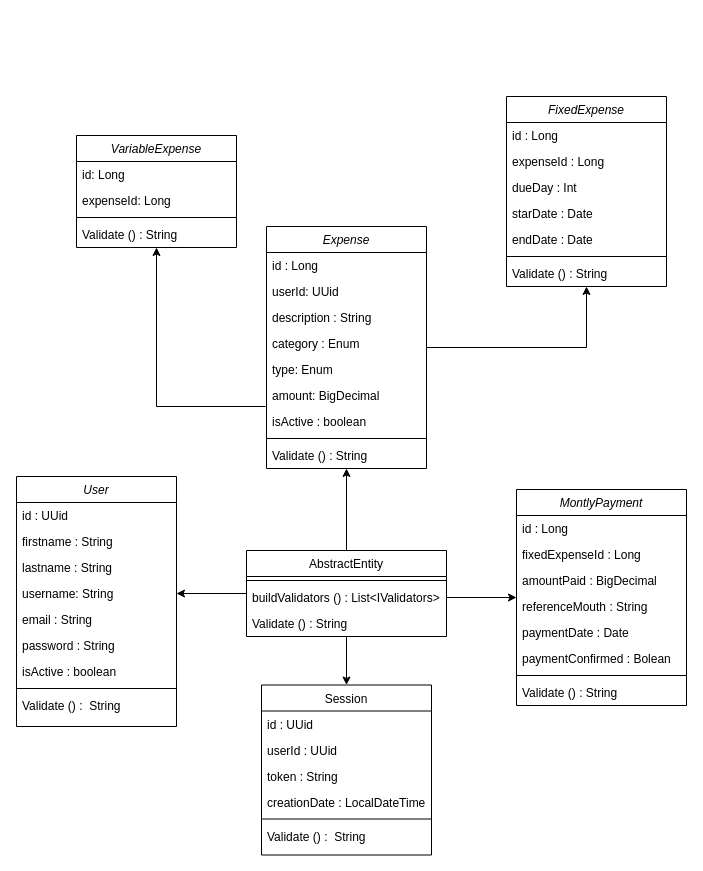
Earlier version of the draw.io diagram _docs/Class Diagram.drawio (gervasioartur/walletwise-clean-graphql-api). Source tidied: cells renumbered, new cells numbered last; positions are measured from the earlier drawing's top-left corner, leaving out a move shared by most shapes. Both pictures are drawn from the tidied source at 100%, with x=0, y=0 at pixel (16, 96).
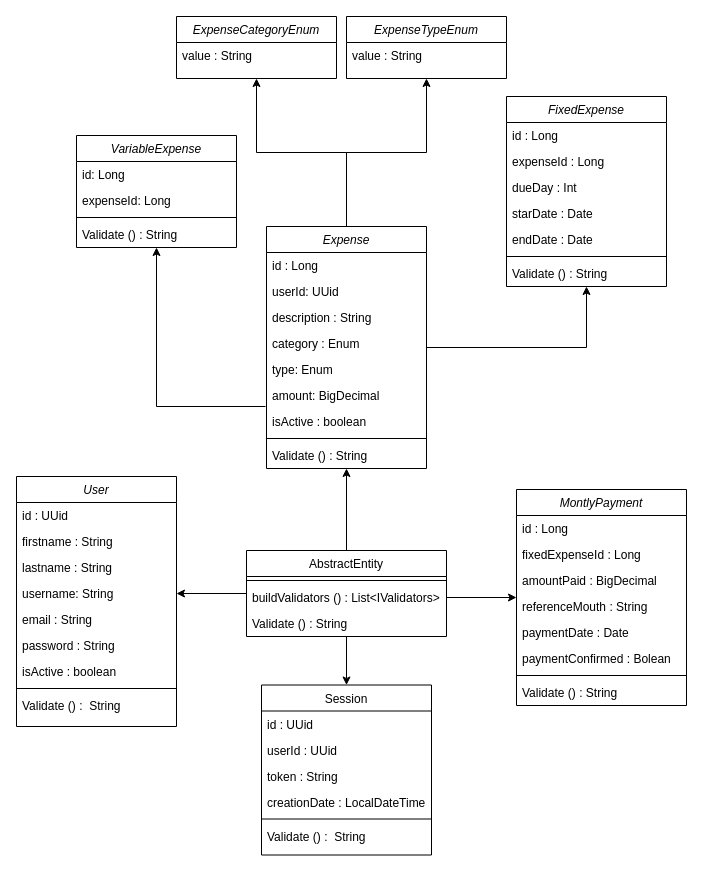
Above is the later version.

Commit message (it also covers changes not shown here):
docs: ad expenses to diagrams and bdd documentation

The change refers to these unchanged cells:
```xml
<mxCell id="27" value="Expense" style="swimlane;fontStyle=2;align=center;verticalAlign=top;horizontal=1;startSize=26;rounded=0;shadow=0;strokeWidth=1;" parent="1" vertex="1">
  <mxGeometry x="250" y="130" width="160" height="242" as="geometry" />
</mxCell>
```

Diff of the diagram source:
```diff
@@
+    <mxCell id="61" style="edgeStyle=orthogonalEdgeStyle;rounded=0;jettySize=auto;html=1;" parent="1" edge="1" source="27" target="62">
+      <mxGeometry relative="1" as="geometry" />
+    </mxCell>
@@
+    <mxCell id="62" value="ExpenseCategoryEnum" style="swimlane;fontStyle=2;align=center;verticalAlign=top;horizontal=1;startSize=26;rounded=0;shadow=0;strokeWidth=1;" parent="1" vertex="1">
+      <mxGeometry x="160" y="-80" width="160" height="62" as="geometry" />
+    </mxCell>
+    <mxCell id="63" value="value : String" style="text;align=left;verticalAlign=top;spacingLeft=4;spacingRight=4;overflow=hidden;rounded=0;shadow=0;html=0;" parent="62" vertex="1">
+      <mxGeometry y="26" width="160" height="26" as="geometry" />
+    </mxCell>
+    <mxCell id="64" value="ExpenseTypeEnum" style="swimlane;fontStyle=2;align=center;verticalAlign=top;horizontal=1;startSize=26;rounded=0;shadow=0;strokeWidth=1;" parent="1" vertex="1">
+      <mxGeometry x="330" y="-80" width="160" height="62" as="geometry" />
+    </mxCell>
+    <mxCell id="65" value="value : String" style="text;align=left;verticalAlign=top;spacingLeft=4;spacingRight=4;overflow=hidden;rounded=0;shadow=0;html=0;" parent="64" vertex="1">
+      <mxGeometry y="26" width="160" height="26" as="geometry" />
+    </mxCell>
+    <mxCell id="66" style="edgeStyle=orthogonalEdgeStyle;rounded=0;jettySize=auto;html=1;entryX=0.5;entryY=1;entryDx=0;entryDy=0;exitX=0.5;exitY=0;exitDx=0;exitDy=0;" parent="1" edge="1" source="27" target="64">
+      <mxGeometry relative="1" as="geometry" />
+    </mxCell>
```
